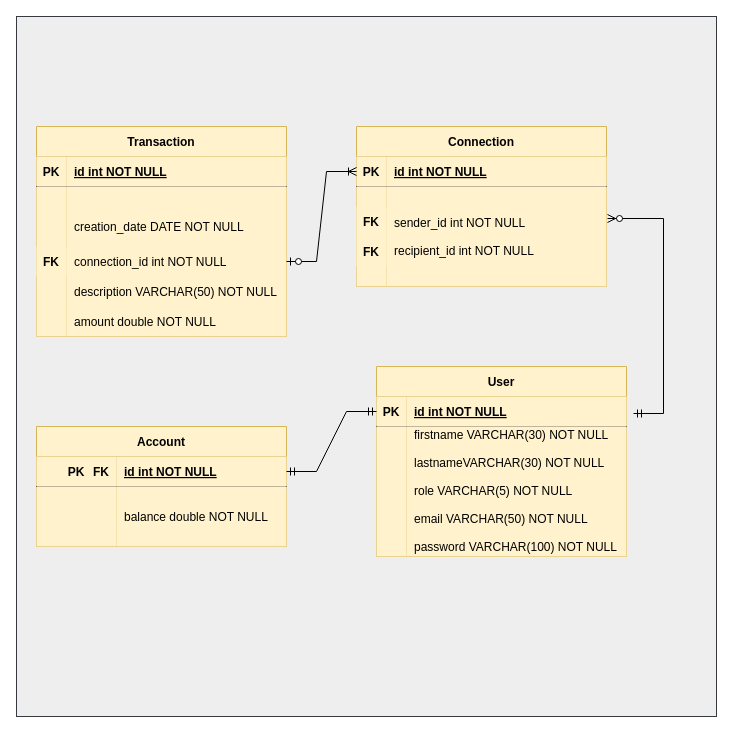
Above: mpd-pmb.drawio in PhilAuto83/PayMyBuddy-PM (draw.io), before the change. Source tidied: cells renumbered, new cells numbered last; positions are measured from the earlier drawing's top-left corner, leaving out a move shared by most shapes. Both pictures are drawn from the tidied source at 100%, with x=0, y=0 at pixel (16, 16).
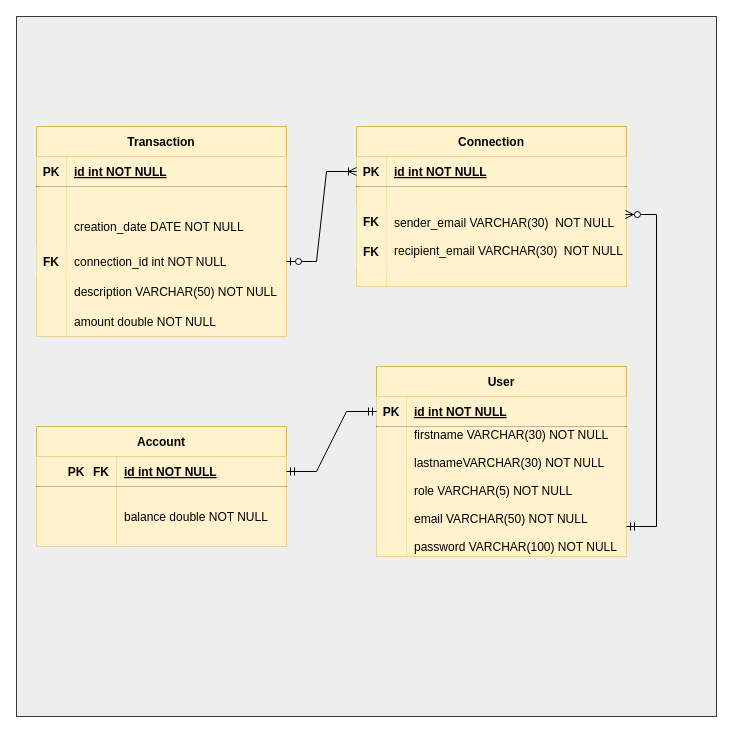
After the change.

Commit message (it also covers changes not shown here):
changing connection table with email instead of id to join user

Change to the diagram source:
```diff
@@
     <mxCell id="23" value="Connection" style="shape=table;startSize=30;childLayout=tableLayout;rowLines=0;fontStyle=1;align=center;fillColor=#fff2cc;strokeColor=#d6b656;" parent="1" vertex="1">
-      <mxGeometry x="340" y="110" width="250" height="160" as="geometry" />
+      <mxGeometry x="340" y="110" width="270" height="160" as="geometry" />
     </mxCell>
     <mxCell id="24" style="shape=partialRectangle;fillColor=none;points=[[0,0.5],[1,0.5]];portConstraint=eastwest;top=0;left=0;right=0;bottom=1;" parent="23" vertex="1">
-      <mxGeometry y="30" width="250" height="30" as="geometry" />
+      <mxGeometry y="30" width="270" height="30" as="geometry" />
     </mxCell>
@@
     <mxCell id="26" value="id int NOT NULL " style="shape=partialRectangle;overflow=hidden;fillColor=#fff2cc;top=0;left=0;bottom=0;right=0;align=left;spacingLeft=6;fontStyle=5;strokeColor=#d6b656;" parent="24" vertex="1">
-      <mxGeometry x="30" width="220" height="30" as="geometry" />
+      <mxGeometry x="30" width="240" height="30" as="geometry" />
     </mxCell>
     <mxCell id="27" style="shape=partialRectangle;fillColor=none;points=[[0,0.5],[1,0.5]];portConstraint=eastwest;top=0;left=0;right=0;bottom=0;" parent="23" vertex="1">
-      <mxGeometry y="60" width="250" height="100" as="geometry" />
+      <mxGeometry y="60" width="270" height="100" as="geometry" />
     </mxCell>
@@
-    <mxCell id="29" value="sender_id int NOT NULL&#10;&#10;recipient_id int NOT NULL" style="shape=partialRectangle;overflow=hidden;fillColor=#fff2cc;top=0;left=0;bottom=0;right=0;align=left;spacingLeft=6;strokeColor=#d6b656;" parent="27" vertex="1">
-      <mxGeometry x="30" width="220" height="100" as="geometry" />
+    <mxCell id="29" value="sender_email VARCHAR(30)  NOT NULL&#10;&#10;recipient_email VARCHAR(30)  NOT NULL" style="shape=partialRectangle;overflow=hidden;fillColor=#fff2cc;top=0;left=0;bottom=0;right=0;align=left;spacingLeft=6;strokeColor=#d6b656;" parent="27" vertex="1">
+      <mxGeometry x="30" width="240" height="100" as="geometry" />
     </mxCell>
@@
-    <mxCell id="42" style="edgeStyle=entityRelationEdgeStyle;fontSize=12;html=1;endArrow=ERzeroToMany;startArrow=ERmandOne;rounded=0;entryX=1.004;entryY=0.32;entryDx=0;entryDy=0;entryPerimeter=0;" parent="1" edge="1" target="27">
+    <mxCell id="42" style="edgeStyle=entityRelationEdgeStyle;fontSize=12;html=1;endArrow=ERzeroToMany;startArrow=ERmandOne;rounded=0;entryX=0.996;entryY=0.28;entryDx=0;entryDy=0;entryPerimeter=0;" parent="1" edge="1" target="27">
       <mxGeometry relative="1" as="geometry">
-        <mxPoint x="617" y="397" as="sourcePoint" />
+        <mxPoint x="610" y="510" as="sourcePoint" />
       </mxGeometry>
     </mxCell>
```
